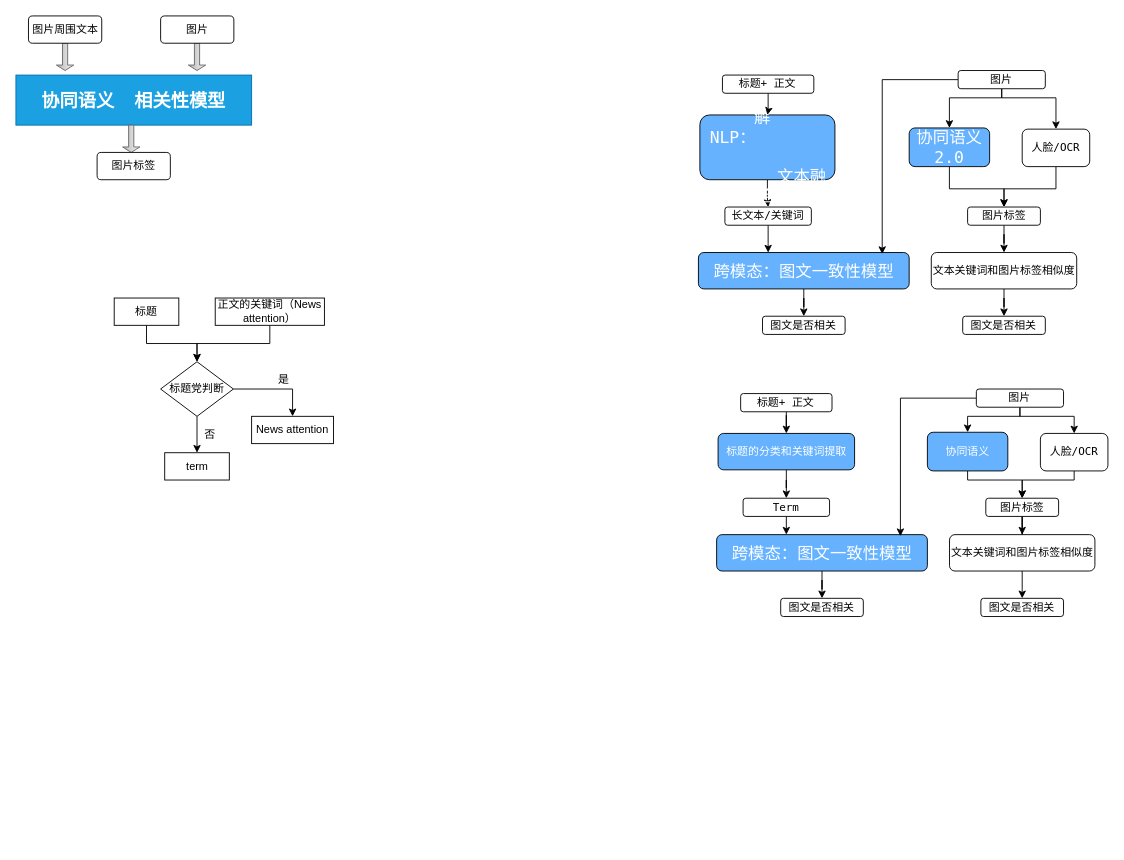
This is 相关性2.0.drawio from 2018liuyan/one, a draw.io file, before an edit. Source tidied: cells renumbered, new cells numbered last; positions are measured from the earlier drawing's top-left corner, leaving out a move shared by most shapes. Both pictures are drawn from the tidied source at 91%, with x=0, y=0 at pixel (15, 15).
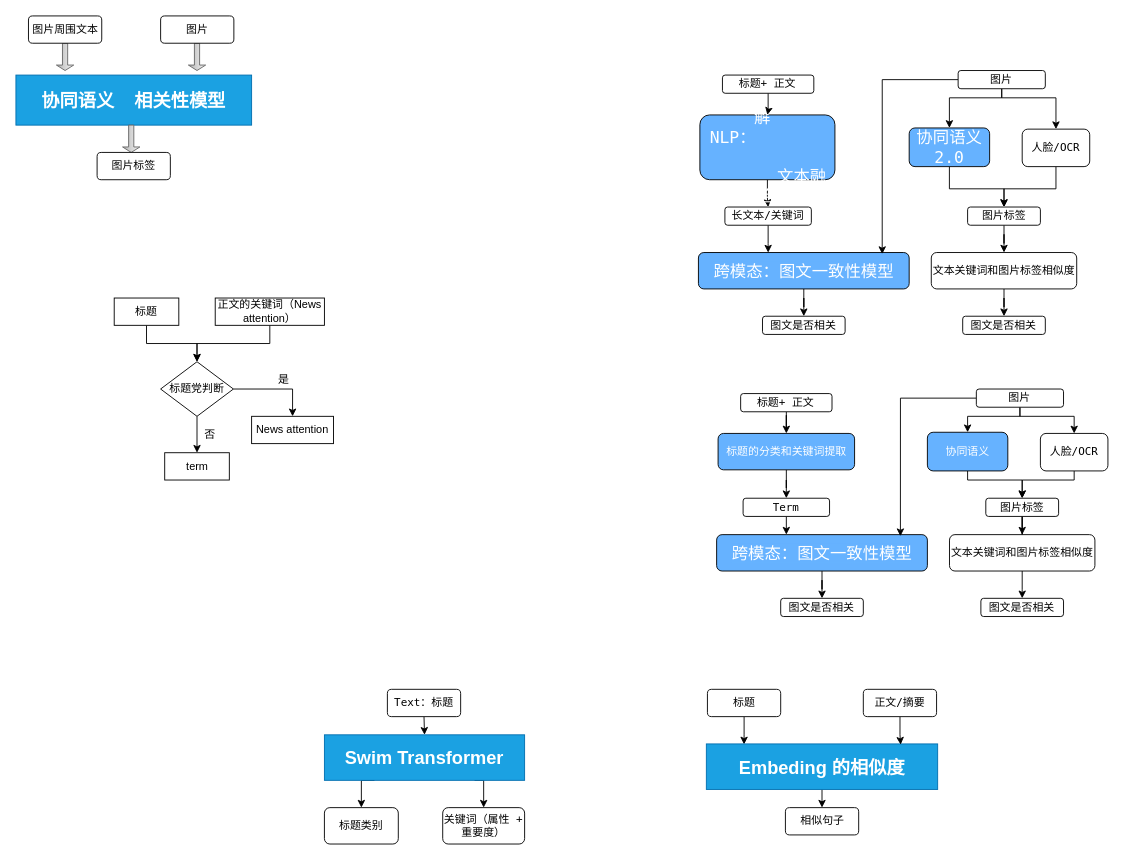
The same page after the edit.

What changed in the source:
```diff
@@
+    <mxCell id="64" style="edgeStyle=orthogonalEdgeStyle;rounded=0;jettySize=auto;html=1;exitX=0.75;exitY=1;exitDx=0;exitDy=0;entryX=0.5;entryY=0;entryDx=0;entryDy=0;" parent="1" edge="1" source="66" target="70">
+      <mxGeometry relative="1" as="geometry" />
+    </mxCell>
+    <mxCell id="65" style="edgeStyle=orthogonalEdgeStyle;rounded=0;jettySize=auto;html=1;exitX=0.25;exitY=1;exitDx=0;exitDy=0;entryX=0.5;entryY=0;entryDx=0;entryDy=0;" parent="1" edge="1" source="66" target="69">
+      <mxGeometry relative="1" as="geometry" />
+    </mxCell>
+    <mxCell id="66" value="&lt;span style=&quot;font-size: 20px&quot;&gt;&lt;b&gt;Swim Transformer&lt;/b&gt;&lt;/span&gt;" style="rounded=0;whiteSpace=wrap;html=1;fillColor=#1ba1e2;fontColor=#ffffff;strokeColor=#006EAF;" parent="1" vertex="1">
+      <mxGeometry x="339" y="790" width="220" height="50" as="geometry" />
+    </mxCell>
+    <mxCell id="67" style="edgeStyle=orthogonalEdgeStyle;rounded=0;jettySize=auto;html=1;exitX=0.5;exitY=1;exitDx=0;exitDy=0;entryX=0.5;entryY=0;entryDx=0;entryDy=0;" parent="1" edge="1" source="68" target="66">
+      <mxGeometry relative="1" as="geometry" />
+    </mxCell>
+    <mxCell id="68" value="Text：标题" style="rounded=1;whiteSpace=wrap;html=1;fontFamily=Lucida Console;" parent="1" vertex="1">
+      <mxGeometry x="408.2" y="740" width="80.5" height="30" as="geometry" />
+    </mxCell>
+    <mxCell id="69" value="标题类别" style="rounded=1;whiteSpace=wrap;html=1;fontFamily=Lucida Console;" parent="1" vertex="1">
+      <mxGeometry x="339" y="870" width="81.2" height="40" as="geometry" />
+    </mxCell>
+    <mxCell id="70" value="关键词（属性 + 重要度）" style="rounded=1;whiteSpace=wrap;html=1;fontFamily=Lucida Console;" parent="1" vertex="1">
+      <mxGeometry x="469" y="870" width="90" height="40" as="geometry" />
+    </mxCell>
+    <mxCell id="71" style="edgeStyle=orthogonalEdgeStyle;rounded=0;jettySize=auto;html=1;entryX=0.163;entryY=0.011;entryDx=0;entryDy=0;entryPerimeter=0;" parent="1" edge="1" source="72" target="74">
+      <mxGeometry relative="1" as="geometry" />
+    </mxCell>
+    <mxCell id="72" value="标题" style="rounded=1;whiteSpace=wrap;html=1;fontFamily=Lucida Console;" parent="1" vertex="1">
+      <mxGeometry x="759.9" y="740" width="80.5" height="30" as="geometry" />
+    </mxCell>
+    <mxCell id="73" style="edgeStyle=orthogonalEdgeStyle;rounded=0;jettySize=auto;html=1;entryX=0.5;entryY=0;entryDx=0;entryDy=0;" parent="1" edge="1" source="74" target="75">
+      <mxGeometry relative="1" as="geometry" />
+    </mxCell>
+    <mxCell id="74" value="&lt;span style=&quot;font-size: 20px&quot;&gt;&lt;b&gt;Embeding 的相似度&lt;/b&gt;&lt;/span&gt;" style="rounded=0;whiteSpace=wrap;html=1;fillColor=#1ba1e2;fontColor=#ffffff;strokeColor=#006EAF;" parent="1" vertex="1">
+      <mxGeometry x="758.7" y="800" width="254.2" height="50" as="geometry" />
+    </mxCell>
+    <mxCell id="75" value="相似句子" style="rounded=1;whiteSpace=wrap;html=1;fontFamily=Lucida Console;" parent="1" vertex="1">
+      <mxGeometry x="845.6" y="870" width="80.5" height="30" as="geometry" />
+    </mxCell>
+    <mxCell id="76" style="edgeStyle=orthogonalEdgeStyle;rounded=0;jettySize=auto;html=1;entryX=0.84;entryY=0.017;entryDx=0;entryDy=0;entryPerimeter=0;" parent="1" edge="1" source="77" target="74">
+      <mxGeometry relative="1" as="geometry" />
+    </mxCell>
+    <mxCell id="77" value="正文/摘要" style="rounded=1;whiteSpace=wrap;html=1;fontFamily=Lucida Console;" parent="1" vertex="1">
+      <mxGeometry x="931.2" y="740" width="80.5" height="30" as="geometry" />
+    </mxCell>
```
